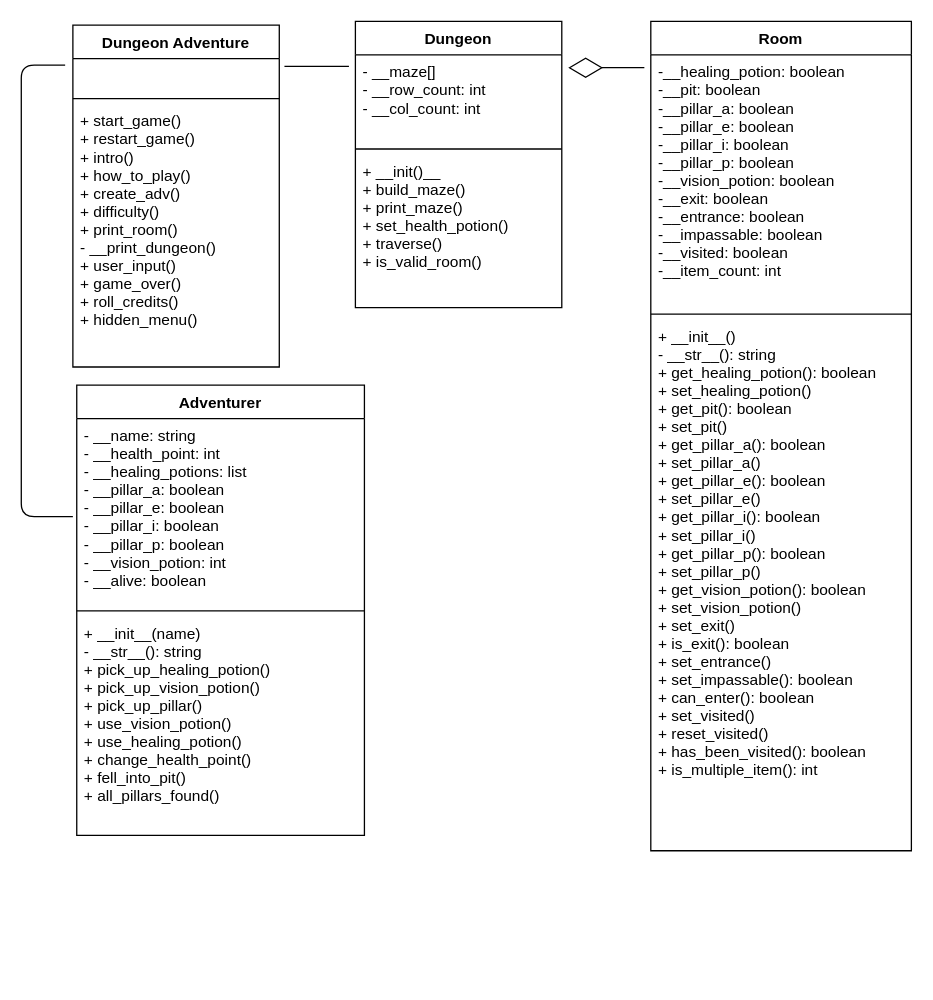
The draw.io diagram Dungeon of Doom.drawio in jstocks/dungeon, before the edit. Source tidied: cells renumbered, new cells numbered last; positions are measured from the earlier drawing's top-left corner, leaving out a move shared by most shapes. Both pictures are drawn from the tidied source at 129%, with x=0, y=0 at pixel (21, 21).
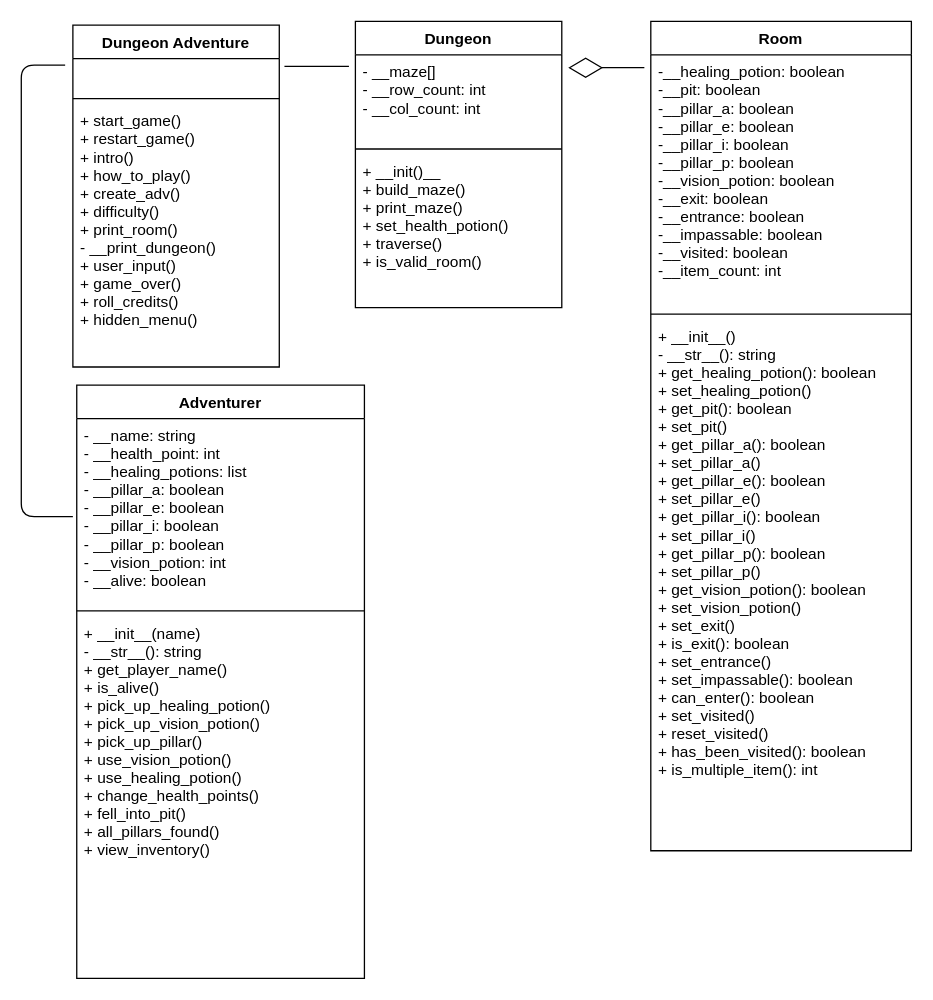
The same diagram, later.

The edit, as a diff of the source:
```diff
@@
     <mxCell id="15" value="Adventurer" style="swimlane;fontStyle=1;align=center;verticalAlign=top;horizontal=1;startSize=26;" parent="1" vertex="1">
-      <mxGeometry x="43" y="282" width="223" height="349" as="geometry" />
+      <mxGeometry x="43" y="282" width="223" height="460" as="geometry" />
     </mxCell>
@@
-    <mxCell id="18" value="+ __init__(name)&#10;- __str__(): string&#10;+ pick_up_healing_potion()&#10;+ pick_up_vision_potion()&#10;+ pick_up_pillar()&#10;+ use_vision_potion()&#10;+ use_healing_potion()&#10;+ change_health_point()&#10;+ fell_into_pit()&#10;+ all_pillars_found()&#10;" style="text;strokeColor=none;fillColor=none;align=left;verticalAlign=top;spacingLeft=4;spacingRight=4;overflow=hidden;" parent="15" vertex="1">
-      <mxGeometry y="179" width="223" height="170" as="geometry" />
+    <mxCell id="18" value="+ __init__(name)&#10;- __str__(): string&#10;+ get_player_name()&#10;+ is_alive()&#10;+ pick_up_healing_potion()&#10;+ pick_up_vision_potion()&#10;+ pick_up_pillar()&#10;+ use_vision_potion()&#10;+ use_healing_potion()&#10;+ change_health_points()&#10;+ fell_into_pit()&#10;+ all_pillars_found()&#10;+ view_inventory()" style="text;strokeColor=none;fillColor=none;align=left;verticalAlign=top;spacingLeft=4;spacingRight=4;overflow=hidden;" parent="15" vertex="1">
+      <mxGeometry y="179" width="223" height="281" as="geometry" />
     </mxCell>
```
